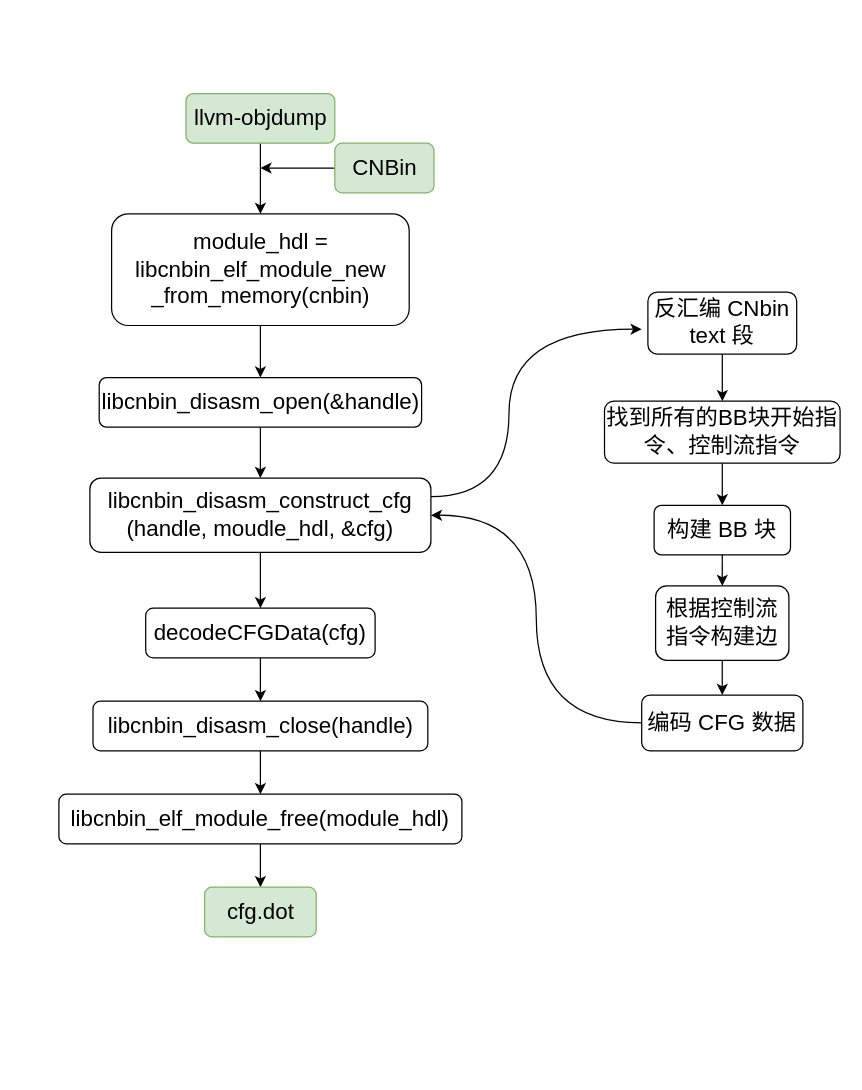
The draw.io diagram cfg_top.drawio in liyp1120/draw.io, before the edit. Source tidied: cells renumbered, new cells numbered last; positions are measured from the earlier drawing's top-left corner, leaving out a move shared by most shapes. Both pictures are drawn from the tidied source at 124%, with x=0, y=0 at pixel (58, 93).
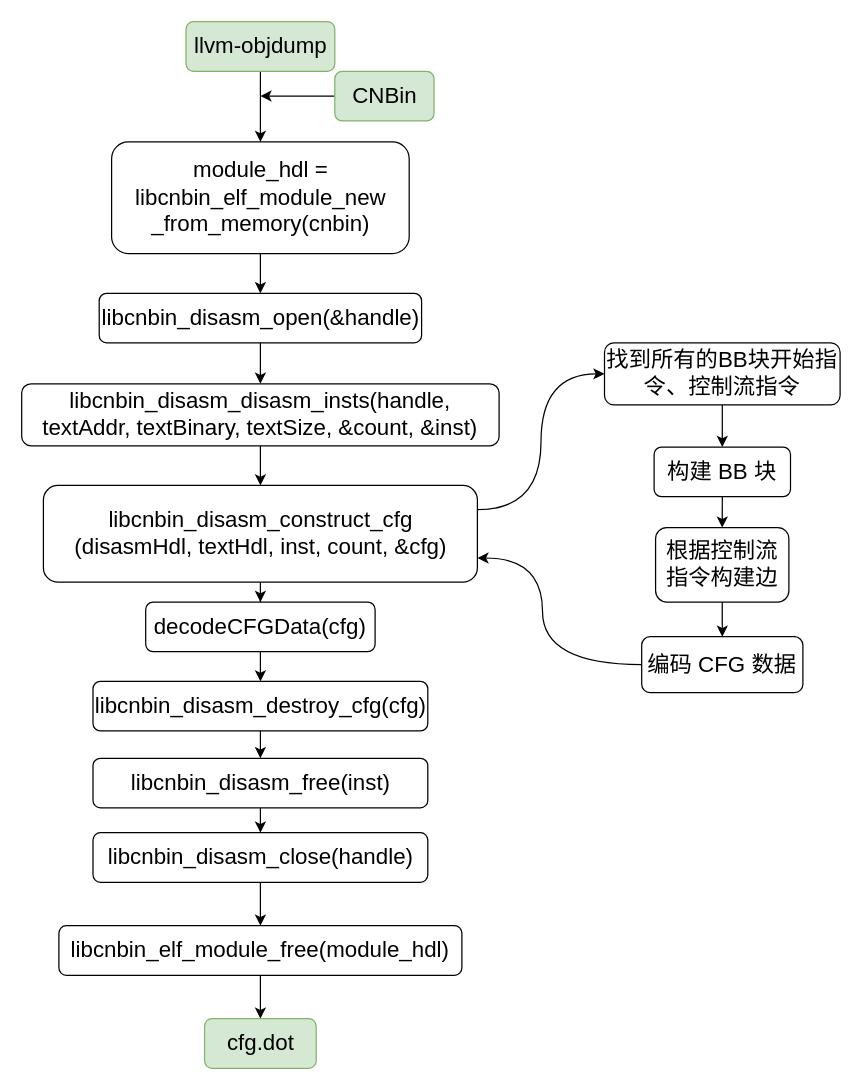
The same diagram, later.

What changed in the source:
```diff
@@
-    <mxCell id="2" style="edgeStyle=orthogonalEdgeStyle;rounded=0;jettySize=auto;html=1;" parent="1" edge="1" source="3" target="6">
-      <mxGeometry relative="1" as="geometry" />
-    </mxCell>
-    <mxCell id="3" value="&lt;font style=&quot;font-size: 18px;&quot;&gt;反汇编 CNbin text 段&lt;/font&gt;" style="rounded=1;whiteSpace=wrap;html=1;" parent="1" vertex="1">
-      <mxGeometry x="475" y="160" width="120" height="50" as="geometry" />
-    </mxCell>
@@
     <mxCell id="6" value="&lt;font style=&quot;font-size: 18px;&quot;&gt;找到所有的BB块开始指令、控制流指令&lt;/font&gt;" style="rounded=1;whiteSpace=wrap;html=1;" parent="1" vertex="1">
-      <mxGeometry x="440" y="248" width="190" height="50" as="geometry" />
+      <mxGeometry x="440" y="201" width="190" height="50" as="geometry" />
     </mxCell>
@@
     <mxCell id="8" value="&lt;font style=&quot;font-size: 18px;&quot;&gt;构建 BB 块&lt;/font&gt;" style="rounded=1;whiteSpace=wrap;html=1;" parent="1" vertex="1">
-      <mxGeometry x="480" y="332" width="110" height="40" as="geometry" />
+      <mxGeometry x="480" y="285" width="110" height="40" as="geometry" />
     </mxCell>
@@
     <mxCell id="10" value="&lt;font style=&quot;font-size: 18px;&quot;&gt;llvm-objdump&lt;/font&gt;" style="rounded=1;whiteSpace=wrap;html=1;fontSize=12;glass=0;strokeWidth=1;shadow=0;fillColor=#d5e8d4;strokeColor=#82b366;" parent="1" vertex="1">
-      <mxGeometry x="102.5" width="120" height="40" as="geometry" />
+      <mxGeometry x="102.5" y="-58" width="120" height="40" as="geometry" />
     </mxCell>
-    <mxCell id="11" style="edgeStyle=orthogonalEdgeStyle;rounded=0;jettySize=auto;html=1;" parent="1" edge="1" source="12" target="17">
-      <mxGeometry relative="1" as="geometry" />
-    </mxCell>
+    <mxCell id="31" style="edgeStyle=orthogonalEdgeStyle;rounded=0;jettySize=auto;html=1;" parent="1" edge="1" source="12" target="34">
+      <mxGeometry relative="1" as="geometry" />
+    </mxCell>
     <mxCell id="12" value="&lt;font style=&quot;font-size: 18px;&quot;&gt;libcnbin_disasm_open(&amp;amp;handle)&lt;/font&gt;" style="rounded=1;whiteSpace=wrap;html=1;fontSize=12;glass=0;strokeWidth=1;shadow=0;" parent="1" vertex="1">
-      <mxGeometry x="32.5" y="229" width="260" height="40" as="geometry" />
+      <mxGeometry x="32.5" y="161" width="260" height="40" as="geometry" />
     </mxCell>
     <mxCell id="13" style="edgeStyle=orthogonalEdgeStyle;rounded=0;jettySize=auto;html=1;exitX=0;exitY=0.5;exitDx=0;exitDy=0;" parent="1" edge="1" source="14">
       <mxGeometry relative="1" as="geometry">
-        <mxPoint x="162.5" y="60" as="targetPoint" />
+        <mxPoint x="162.5" y="2" as="targetPoint" />
       </mxGeometry>
     </mxCell>
     <mxCell id="14" value="&lt;font style=&quot;font-size: 18px;&quot;&gt;CNBin&lt;/font&gt;" style="rounded=1;whiteSpace=wrap;html=1;fontSize=12;glass=0;strokeWidth=1;shadow=0;fillColor=#d5e8d4;strokeColor=#82b366;" parent="1" vertex="1">
-      <mxGeometry x="222.5" y="40" width="80" height="40" as="geometry" />
+      <mxGeometry x="222.5" y="-18" width="80" height="40" as="geometry" />
     </mxCell>
@@
-    <mxCell id="16" style="edgeStyle=orthogonalEdgeStyle;rounded=0;jettySize=auto;html=1;exitX=1;exitY=0.25;exitDx=0;exitDy=0;curved=1;" parent="1" edge="1" source="17">
-      <mxGeometry relative="1" as="geometry">
-        <mxPoint x="470" y="190" as="targetPoint" />
-        <Array as="points">
-          <mxPoint x="363" y="325" />
-          <mxPoint x="363" y="190" />
-        </Array>
-      </mxGeometry>
+    <mxCell id="16" style="rounded=0;jettySize=auto;html=1;exitX=1;exitY=0.25;exitDx=0;exitDy=0;entryX=0;entryY=0.5;entryDx=0;entryDy=0;edgeStyle=orthogonalEdgeStyle;curved=1;" parent="1" edge="1" source="17" target="6">
+      <mxGeometry relative="1" as="geometry" />
     </mxCell>
-    <mxCell id="17" value="&lt;font style=&quot;font-size: 18px;&quot;&gt;libcnbin_disasm_construct_cfg&lt;br&gt;(handle, moudle_hdl, &amp;amp;cfg)&lt;/font&gt;" style="rounded=1;whiteSpace=wrap;html=1;fontSize=12;glass=0;strokeWidth=1;shadow=0;" parent="1" vertex="1">
-      <mxGeometry x="25" y="310" width="275" height="60" as="geometry" />
+    <mxCell id="17" value="&lt;font style=&quot;font-size: 18px;&quot;&gt;libcnbin_disasm_construct_cfg&lt;br&gt;(disasmHdl, textHdl, inst, count, &amp;amp;cfg)&lt;/font&gt;" style="rounded=1;whiteSpace=wrap;html=1;fontSize=12;glass=0;strokeWidth=1;shadow=0;" parent="1" vertex="1">
+      <mxGeometry x="-12.5" y="316" width="350" height="78" as="geometry" />
     </mxCell>
@@
     <mxCell id="19" value="&lt;font style=&quot;font-size: 18px;&quot;&gt;libcnbin_disasm_close(handle)&lt;/font&gt;" style="rounded=1;whiteSpace=wrap;html=1;fontSize=12;glass=0;strokeWidth=1;shadow=0;" parent="1" vertex="1">
-      <mxGeometry x="27.5" y="490" width="270" height="40" as="geometry" />
+      <mxGeometry x="27.5" y="596" width="270" height="40" as="geometry" />
     </mxCell>
     <mxCell id="20" value="&lt;font style=&quot;font-size: 18px;&quot;&gt;编码 CFG 数据&lt;/font&gt;" style="rounded=1;whiteSpace=wrap;html=1;" parent="1" vertex="1">
-      <mxGeometry x="470" y="485" width="130" height="45" as="geometry" />
+      <mxGeometry x="470" y="438" width="130" height="45" as="geometry" />
     </mxCell>
-    <mxCell id="21" style="edgeStyle=orthogonalEdgeStyle;rounded=0;jettySize=auto;html=1;curved=1;entryX=1;entryY=0.5;entryDx=0;entryDy=0;exitX=0;exitY=0.5;exitDx=0;exitDy=0;" parent="1" edge="1" source="20" target="17">
-      <mxGeometry relative="1" as="geometry" />
+    <mxCell id="21" style="rounded=0;jettySize=auto;html=1;exitX=0;exitY=0.5;exitDx=0;exitDy=0;entryX=1;entryY=0.75;entryDx=0;entryDy=0;edgeStyle=orthogonalEdgeStyle;elbow=vertical;curved=1;" parent="1" edge="1" source="20" target="17">
+      <mxGeometry relative="1" as="geometry">
+        <Array as="points">
+          <mxPoint x="390" y="461" />
+          <mxPoint x="390" y="375" />
+        </Array>
+      </mxGeometry>
     </mxCell>
@@
     <mxCell id="23" value="&lt;font style=&quot;font-size: 18px;&quot;&gt;根据控制流指令构建边&lt;/font&gt;" style="rounded=1;whiteSpace=wrap;html=1;" parent="1" vertex="1">
-      <mxGeometry x="481.2" y="397" width="107.5" height="60" as="geometry" />
+      <mxGeometry x="481.2" y="350" width="107.5" height="60" as="geometry" />
     </mxCell>
@@
     <mxCell id="25" value="&lt;font style=&quot;font-size: 18px;&quot;&gt;module_hdl = libcnbin_elf_module_new&lt;br&gt;_from_memory(cnbin)&lt;/font&gt;" style="rounded=1;whiteSpace=wrap;html=1;fontSize=12;glass=0;strokeWidth=1;shadow=0;" parent="1" vertex="1">
-      <mxGeometry x="42.5" y="97" width="240" height="90" as="geometry" />
+      <mxGeometry x="42.5" y="39" width="240" height="90" as="geometry" />
     </mxCell>
-    <mxCell id="26" style="edgeStyle=orthogonalEdgeStyle;rounded=0;jettySize=auto;html=1;" parent="1" edge="1" source="27" target="19">
-      <mxGeometry relative="1" as="geometry" />
-    </mxCell>
+    <mxCell id="32" style="edgeStyle=orthogonalEdgeStyle;rounded=0;jettySize=auto;html=1;exitX=0.5;exitY=1;exitDx=0;exitDy=0;entryX=0.5;entryY=0;entryDx=0;entryDy=0;" parent="1" edge="1" source="27" target="38">
+      <mxGeometry relative="1" as="geometry" />
+    </mxCell>
     <mxCell id="27" value="&lt;font style=&quot;font-size: 18px;&quot;&gt;decodeCFGData(cfg)&lt;/font&gt;" style="rounded=1;whiteSpace=wrap;html=1;fontSize=12;glass=0;strokeWidth=1;shadow=0;" parent="1" vertex="1">
-      <mxGeometry x="70" y="415" width="185" height="40" as="geometry" />
+      <mxGeometry x="70" y="410" width="185" height="40" as="geometry" />
     </mxCell>
@@
     <mxCell id="29" value="&lt;font style=&quot;font-size: 18px;&quot;&gt;libcnbin_elf_module_free(module_hdl)&lt;/font&gt;" style="rounded=1;whiteSpace=wrap;html=1;fontSize=12;glass=0;strokeWidth=1;shadow=0;" parent="1" vertex="1">
-      <mxGeometry y="565" width="325" height="40" as="geometry" />
+      <mxGeometry y="671" width="325" height="40" as="geometry" />
     </mxCell>
     <mxCell id="30" value="&lt;font style=&quot;font-size: 18px;&quot;&gt;cfg.dot&lt;/font&gt;" style="rounded=1;whiteSpace=wrap;html=1;fontSize=12;glass=0;strokeWidth=1;shadow=0;fillColor=#d5e8d4;strokeColor=#82b366;" parent="1" vertex="1">
-      <mxGeometry x="117.5" y="640" width="90" height="40" as="geometry" />
+      <mxGeometry x="117.5" y="746" width="90" height="40" as="geometry" />
     </mxCell>
+    <mxCell id="33" style="edgeStyle=orthogonalEdgeStyle;rounded=0;jettySize=auto;html=1;" parent="1" edge="1" source="34" target="17">
+      <mxGeometry relative="1" as="geometry" />
+    </mxCell>
+    <mxCell id="34" value="&lt;font style=&quot;font-size: 18px;&quot;&gt;libcnbin_disasm_disasm_insts(handle,&lt;br&gt;textAddr, textBinary, textSize, &amp;amp;count, &amp;amp;inst)&lt;/font&gt;" style="rounded=1;whiteSpace=wrap;html=1;fontSize=12;glass=0;strokeWidth=1;shadow=0;" parent="1" vertex="1">
+      <mxGeometry x="-30" y="234" width="385" height="50" as="geometry" />
+    </mxCell>
+    <mxCell id="35" style="edgeStyle=orthogonalEdgeStyle;rounded=0;jettySize=auto;html=1;exitX=0.5;exitY=1;exitDx=0;exitDy=0;entryX=0.5;entryY=0;entryDx=0;entryDy=0;" parent="1" edge="1" source="36" target="19">
+      <mxGeometry relative="1" as="geometry" />
+    </mxCell>
+    <mxCell id="36" value="&lt;font style=&quot;font-size: 18px;&quot;&gt;libcnbin_disasm_free(inst)&lt;/font&gt;" style="rounded=1;whiteSpace=wrap;html=1;fontSize=12;glass=0;strokeWidth=1;shadow=0;" parent="1" vertex="1">
+      <mxGeometry x="27.5" y="536" width="270" height="40" as="geometry" />
+    </mxCell>
+    <mxCell id="37" style="edgeStyle=orthogonalEdgeStyle;rounded=0;jettySize=auto;html=1;exitX=0.5;exitY=1;exitDx=0;exitDy=0;entryX=0.5;entryY=0;entryDx=0;entryDy=0;" parent="1" edge="1" source="38" target="36">
+      <mxGeometry relative="1" as="geometry" />
+    </mxCell>
+    <mxCell id="38" value="&lt;font style=&quot;font-size: 18px;&quot;&gt;libcnbin_disasm_destroy_cfg(cfg)&lt;/font&gt;" style="rounded=1;whiteSpace=wrap;html=1;fontSize=12;glass=0;strokeWidth=1;shadow=0;" parent="1" vertex="1">
+      <mxGeometry x="27.5" y="474" width="270" height="40" as="geometry" />
+    </mxCell>
```
